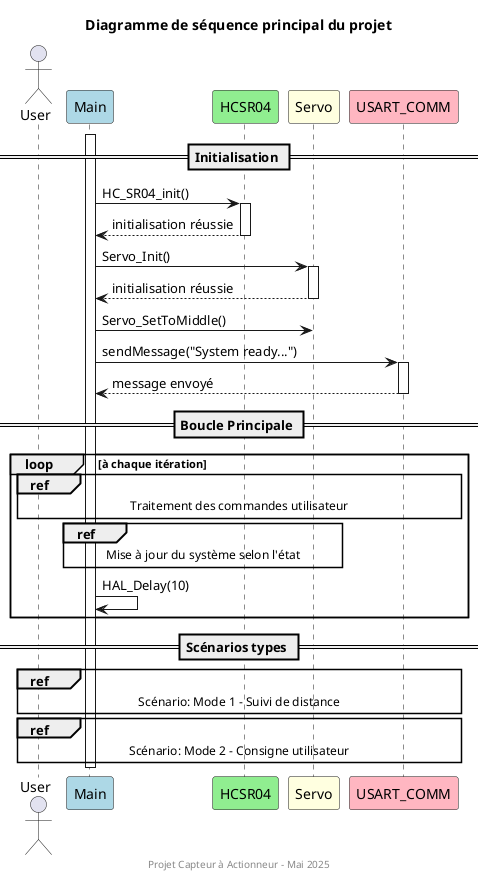
AzTaiiyoo/Capteur_actionneur keeps this PlantUML diagram as doc-README/DS-Main.png. Above is the earlier version. The source it was exported from:
```plantuml
@startuml

actor "User" as User
participant "Main" as Main #LightBlue
participant "HCSR04" as HCSR04 #LightGreen
participant "Servo" as Servo #LightYellow
participant "USART_COMM" as USART #LightPink

title Diagramme de séquence principal du projet

== Initialisation ==
activate Main
Main -> HCSR04: HC_SR04_init()
activate HCSR04
HCSR04 --> Main: initialisation réussie
deactivate HCSR04

Main -> Servo: Servo_Init()
activate Servo
Servo --> Main: initialisation réussie
deactivate Servo

Main -> Servo: Servo_SetToMiddle()
Main -> USART: sendMessage("System ready...")
activate USART
USART --> Main: message envoyé
deactivate USART

== Boucle Principale ==
loop à chaque itération
  ref over User, Main, HCSR04, Servo, USART
    Traitement des commandes utilisateur
  end ref

  ref over Main, HCSR04, Servo
    Mise à jour du système selon l'état
  end ref

  Main -> Main: HAL_Delay(10)
end

== Scénarios types ==
ref over User, Main, HCSR04, Servo, USART
  Scénario: Mode 1 - Suivi de distance
end ref

ref over User, Main, Servo, USART
  Scénario: Mode 2 - Consigne utilisateur
end ref

deactivate Main

footer Projet Capteur à Actionneur - Mai 2025

@enduml
```
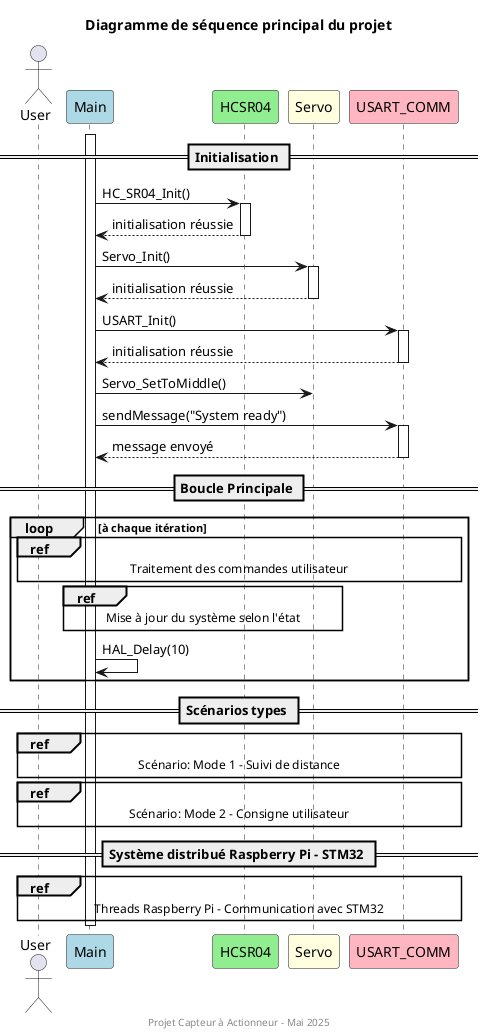
The same file after the commit.

What changed in the source:
```diff
@@ -10,7 +10,7 @@
 
 == Initialisation ==
 activate Main
-Main -> HCSR04: HC_SR04_init()
+Main -> HCSR04: HC_SR04_Init()
 activate HCSR04
 HCSR04 --> Main: initialisation réussie
 deactivate HCSR04
@@ -20,8 +20,13 @@
 Servo --> Main: initialisation réussie
 deactivate Servo
 
+Main -> USART: USART_Init()
+activate USART
+USART --> Main: initialisation réussie
+deactivate USART
+
 Main -> Servo: Servo_SetToMiddle()
-Main -> USART: sendMessage("System ready...")
+Main -> USART: sendMessage("System ready")
 activate USART
 USART --> Main: message envoyé
 deactivate USART
@@ -48,6 +53,11 @@
   Scénario: Mode 2 - Consigne utilisateur
 end ref
 
+== Système distribué Raspberry Pi - STM32 ==
+ref over User, Main, Servo, USART
+  Threads Raspberry Pi - Communication avec STM32
+end ref
+
 deactivate Main
 
 footer Projet Capteur à Actionneur - Mai 2025
```
